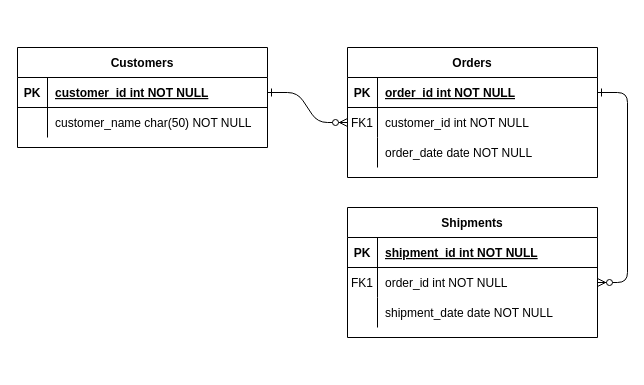
Above: drawio/部门字段.drawio in little-thing/architecture-design (draw.io), before the change. Source tidied: cells renumbered, new cells numbered last; positions are measured from the earlier drawing's top-left corner, leaving out a move shared by most shapes. Both pictures are drawn from the tidied source at 100%, with x=0, y=0 at pixel (17, 47).
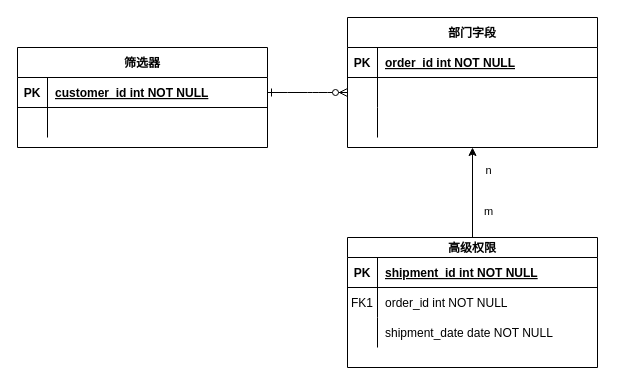
The same page after the edit.

Commit message:
更新部门字段.drawio

Unchanged cells that the change refers to:
```xml
<mxCell id="5" style="shape=partialRectangle;fillColor=none;points=[[0,0.5],[1,0.5]];portConstraint=eastwest;top=0;left=0;right=0;bottom=1;" parent="4" vertex="1">
  <mxGeometry y="30" width="250" height="30" as="geometry" />
</mxCell>
<mxCell id="8" style="shape=partialRectangle;fillColor=none;points=[[0,0.5],[1,0.5]];portConstraint=eastwest;top=0;left=0;right=0;bottom=0;" parent="4" vertex="1">
  <mxGeometry y="60" width="250" height="30" as="geometry" />
</mxCell>
<mxCell id="11" style="shape=partialRectangle;fillColor=none;top=0;left=0;right=0;bottom=0;" parent="4" vertex="1">
  <mxGeometry y="90" width="250" height="30" as="geometry" />
</mxCell>
<mxCell id="28" style="shape=partialRectangle;fillColor=none;top=0;left=0;right=0;bottom=0;" parent="24" vertex="1">
  <mxGeometry y="60" width="250" height="30" as="geometry" />
</mxCell>
```

The edit, as a diff of the source:
```diff
@@
-    <mxCell id="3" style="edgeStyle=entityRelationEdgeStyle;endArrow=ERzeroToMany;startArrow=ERone;endFill=1;startFill=0;" parent="1" edge="1" source="5" target="18">
-      <mxGeometry relative="1" as="geometry" />
-    </mxCell>
-    <mxCell id="4" value="Orders" style="shape=table;startSize=30;childLayout=tableLayout;rowLines=0;fontStyle=1;align=center;" parent="1" vertex="1">
-      <mxGeometry x="330" width="250" height="130" as="geometry" />
+    <mxCell id="4" value="部门字段" style="shape=table;startSize=30;childLayout=tableLayout;rowLines=0;fontStyle=1;align=center;" parent="1" vertex="1">
+      <mxGeometry x="330" y="-30" width="250" height="130" as="geometry" />
     </mxCell>
@@
-    <mxCell id="9" value="FK1" style="shape=partialRectangle;overflow=hidden;fillColor=none;top=0;left=0;bottom=0;right=0;" parent="8" vertex="1">
+    <mxCell id="9" style="shape=partialRectangle;overflow=hidden;fillColor=none;top=0;left=0;bottom=0;right=0;" parent="8" vertex="1">
       <mxGeometry width="30" height="30" as="geometry" />
     </mxCell>
-    <mxCell id="10" value="customer_id int NOT NULL" style="shape=partialRectangle;overflow=hidden;fillColor=none;top=0;left=0;bottom=0;right=0;align=left;spacingLeft=6;" parent="8" vertex="1">
+    <mxCell id="10" style="shape=partialRectangle;overflow=hidden;fillColor=none;top=0;left=0;bottom=0;right=0;align=left;spacingLeft=6;" parent="8" vertex="1">
       <mxGeometry x="30" width="220" height="30" as="geometry" />
     </mxCell>
@@
-    <mxCell id="13" value="order_date date NOT NULL" style="shape=partialRectangle;overflow=hidden;fillColor=none;top=0;left=0;bottom=0;right=0;align=left;spacingLeft=6;" parent="11" vertex="1">
+    <mxCell id="13" style="shape=partialRectangle;overflow=hidden;fillColor=none;top=0;left=0;bottom=0;right=0;align=left;spacingLeft=6;" parent="11" vertex="1">
       <mxGeometry x="30" width="220" height="30" as="geometry" />
     </mxCell>
-    <mxCell id="14" value="Shipments" style="shape=table;startSize=30;childLayout=tableLayout;rowLines=0;fontStyle=1;align=center;" parent="1" vertex="1">
-      <mxGeometry x="330" y="160" width="250" height="130" as="geometry" />
+    <mxCell id="14" value="高级权限" style="shape=table;startSize=20;childLayout=tableLayout;rowLines=0;fontStyle=1;align=center;" parent="1" vertex="1">
+      <mxGeometry x="330" y="190" width="250" height="130" as="geometry" />
     </mxCell>
     <mxCell id="15" style="shape=partialRectangle;fillColor=none;top=0;left=0;right=0;bottom=1;" parent="14" vertex="1">
-      <mxGeometry y="30" width="250" height="30" as="geometry" />
+      <mxGeometry y="20" width="250" height="30" as="geometry" />
     </mxCell>
@@
     <mxCell id="18" style="shape=partialRectangle;fillColor=none;points=[[0,0.5],[1,0.5]];portConstraint=eastwest;top=0;left=0;right=0;bottom=0;" parent="14" vertex="1">
-      <mxGeometry y="60" width="250" height="30" as="geometry" />
+      <mxGeometry y="50" width="250" height="30" as="geometry" />
     </mxCell>
@@
     <mxCell id="21" style="shape=partialRectangle;fillColor=none;top=0;left=0;right=0;bottom=0;" parent="14" vertex="1">
-      <mxGeometry y="90" width="250" height="30" as="geometry" />
+      <mxGeometry y="80" width="250" height="30" as="geometry" />
     </mxCell>
@@
-    <mxCell id="24" value="Customers" style="shape=table;startSize=30;childLayout=tableLayout;rowLines=0;fontStyle=1;align=center;" parent="1" vertex="1">
+    <mxCell id="24" value="筛选器" style="shape=table;startSize=30;childLayout=tableLayout;rowLines=0;fontStyle=1;align=center;" parent="1" vertex="1">
       <mxGeometry width="250" height="100" as="geometry" />
     </mxCell>
@@
-    <mxCell id="30" value="customer_name char(50) NOT NULL" style="shape=partialRectangle;overflow=hidden;fillColor=none;top=0;left=0;bottom=0;right=0;align=left;spacingLeft=6;" parent="28" vertex="1">
+    <mxCell id="30" style="shape=partialRectangle;overflow=hidden;fillColor=none;top=0;left=0;bottom=0;right=0;align=left;spacingLeft=6;" parent="28" vertex="1">
       <mxGeometry x="30" width="220" height="30" as="geometry" />
     </mxCell>
+    <mxCell id="31" style="endArrow=classic;html=1;rounded=0;exitX=0.5;exitY=0;exitDx=0;exitDy=0;entryX=0.5;entryY=1;entryDx=0;entryDy=0;" parent="1" edge="1" source="14" target="4">
+      <mxGeometry relative="1" as="geometry" />
+    </mxCell>
+    <mxCell id="32" value="n" style="edgeLabel;html=1;align=center;verticalAlign=middle;" parent="31" vertex="1">
+      <mxGeometry x="0.51" y="-1" relative="1" as="geometry">
+        <mxPoint x="14" as="offset" />
+      </mxGeometry>
+    </mxCell>
+    <mxCell id="33" value="m" style="edgeLabel;html=1;align=center;verticalAlign=middle;" parent="31" vertex="1">
+      <mxGeometry x="-0.4" y="-1" relative="1" as="geometry">
+        <mxPoint x="14" as="offset" />
+      </mxGeometry>
+    </mxCell>
```
